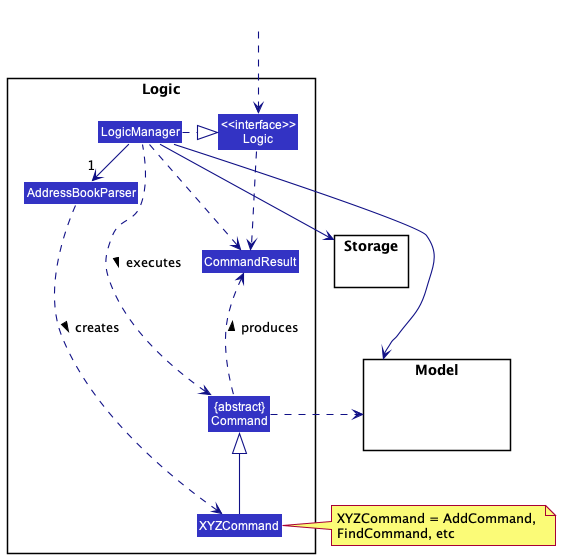
Before: docs/images/LogicClassDiagram.png, a diagram exported from PlantUML (nus-cs2103-AY2223S2/tp).
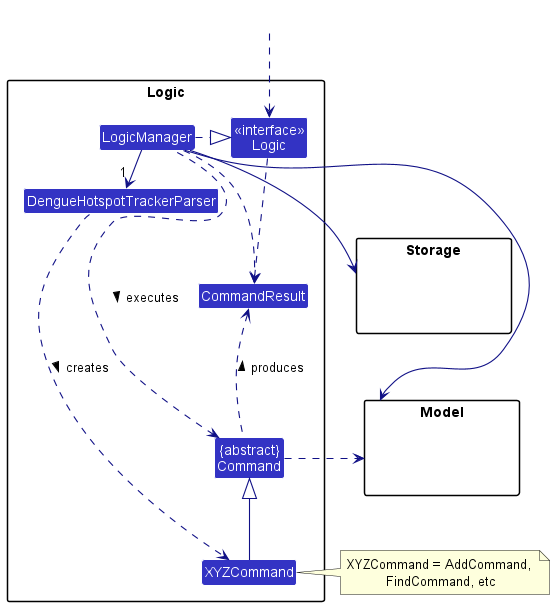
Above is the later version.

Commit message:
Update Logic class diagram

Diff of the diagram source:
```diff
@@ -4,13 +4,12 @@
 skinparam arrowColor LOGIC_COLOR_T4
 skinparam classBackgroundColor LOGIC_COLOR
 
-package Logic {
+package "Logic" as LogicPackage {
 
-Class AddressBookParser
+Class DengueHotspotTrackerParser
 Class XYZCommand
 Class CommandResult
 Class "{abstract}\nCommand" as Command
-
 
 Class "<<interface>>\nLogic" as Logic
 Class LogicManager
@@ -21,14 +20,15 @@
 }
 
 package Storage{
+Class HiddenModel #FFFFFF
 }
 
 Class HiddenOutside #FFFFFF
 HiddenOutside ..> Logic
 
 LogicManager .right.|> Logic
-LogicManager -right->"1" AddressBookParser
-AddressBookParser ..> XYZCommand : creates >
+LogicManager -down> "1" DengueHotspotTrackerParser
+DengueHotspotTrackerParser ..> XYZCommand : creates >
 
 XYZCommand -up-|> Command
 LogicManager .left.> Command : executes >
```
